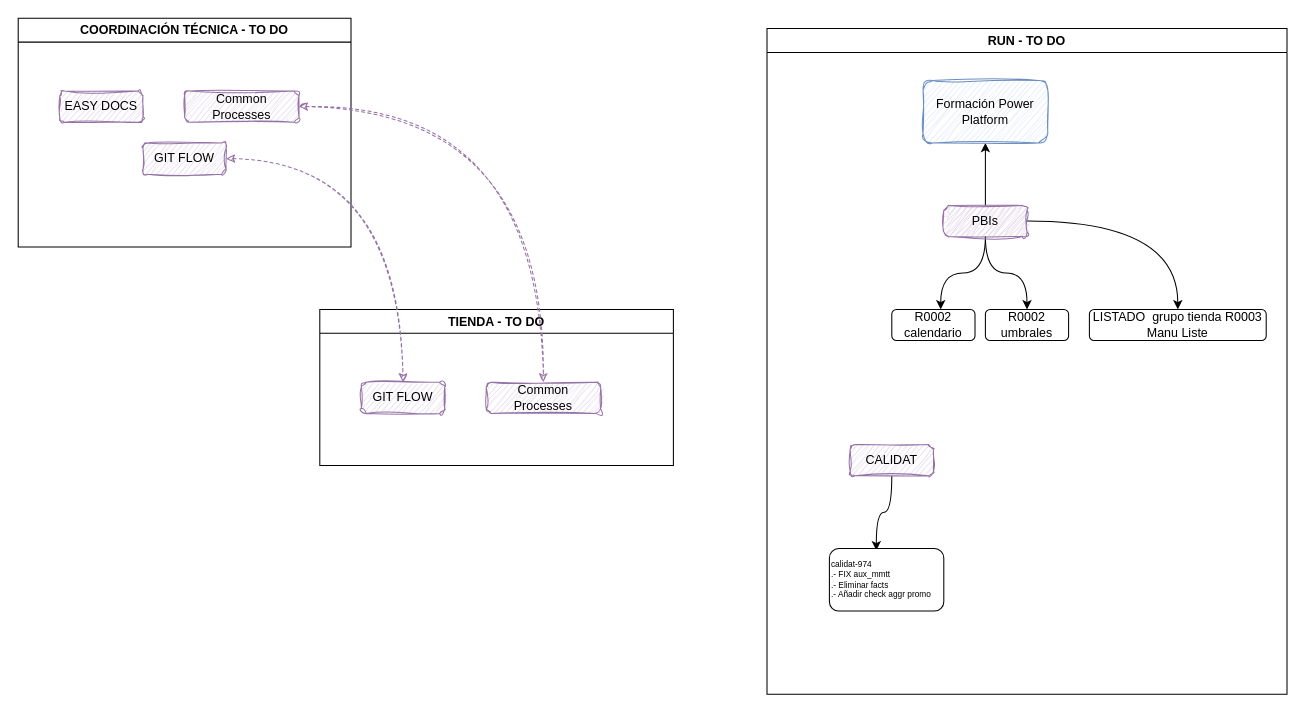
The draw.io diagram Mockup_AAVV24h.drawio in efmpacheco/DIAGRAMS, before the edit. Source tidied: cells renumbered, new cells numbered last; positions are measured from the earlier drawing's top-left corner, leaving out a move shared by most shapes. Both pictures are drawn from the tidied source at 104%, with x=0, y=0 at pixel (18, 18).
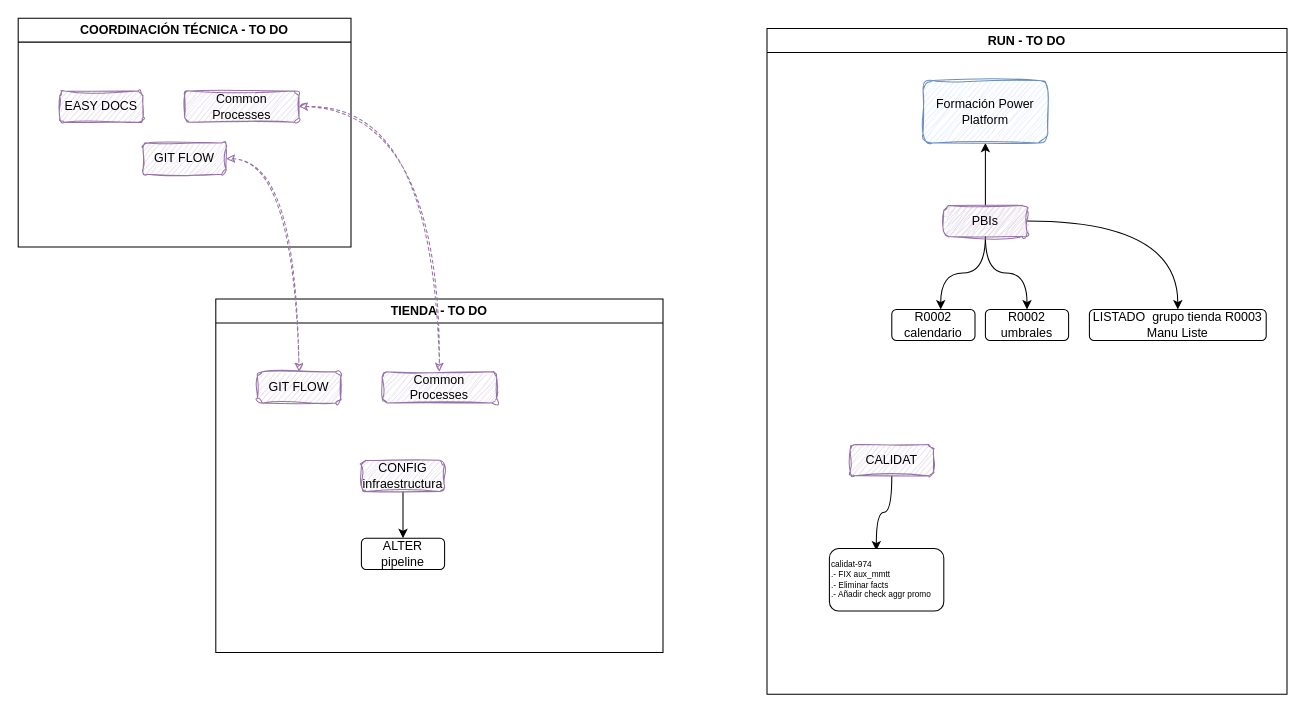
Above is the later version.

The edit, as a diff of the source:
```diff
@@
     <mxCell id="19" value="TIENDA - TO DO" style="swimlane;whiteSpace=wrap;html=1;" parent="1" vertex="1">
-      <mxGeometry x="290" y="280" width="340" height="150" as="geometry" />
+      <mxGeometry x="190" y="270" width="430" height="340" as="geometry" />
     </mxCell>
@@
+    <mxCell id="24" value="ALTER pipeline" style="rounded=1;whiteSpace=wrap;html=1;" parent="19" vertex="1">
+      <mxGeometry x="140" y="230" width="80" height="30" as="geometry" />
+    </mxCell>
+    <mxCell id="25" style="edgeStyle=orthogonalEdgeStyle;rounded=0;jettySize=auto;html=1;entryX=0.5;entryY=0;entryDx=0;entryDy=0;curved=1;" parent="19" edge="1" source="26" target="24">
+      <mxGeometry relative="1" as="geometry" />
+    </mxCell>
+    <mxCell id="26" value="CONFIG&lt;br&gt;infraestructura" style="rounded=1;whiteSpace=wrap;html=1;fillColor=#e1d5e7;strokeColor=#9673a6;sketch=1;curveFitting=1;jiggle=2;" parent="19" vertex="1">
+      <mxGeometry x="140" y="155" width="80" height="30" as="geometry" />
+    </mxCell>
```
